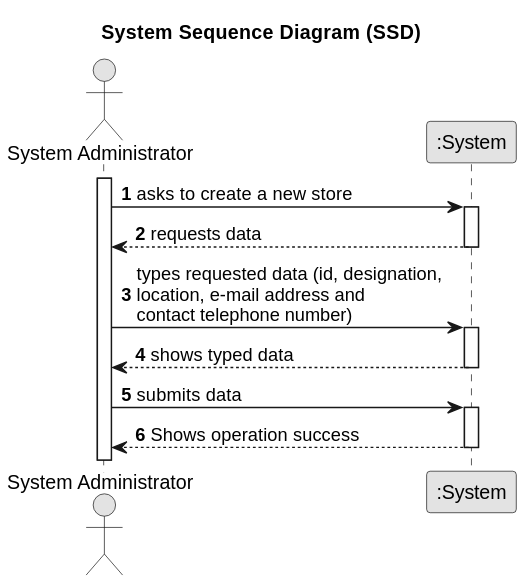
This is docs/Sprint-B/US005/01.requirements-engineering/svg/us005-system-sequence-diagram.svg from Rodrick0209/ISEP-LAPR2-22-23, a PlantUML export, as it was before one commit. The source it was exported from:
```plantuml
@startuml
skinparam monochrome true
skinparam packageStyle rectangle
skinparam shadowing false

title System Sequence Diagram (SSD)

autonumber

actor "System Administrator" as Administrator
participant ":System" as System


activate Administrator

    Administrator -> System : asks to create a new store
    activate System
        System --> Administrator : requests data
        deactivate System

    Administrator -> System : types requested data (id, designation, \nlocation, e-mail address and \ncontact telephone number)
    activate System
        System --> Administrator: shows typed data
        deactivate System

    Administrator -> System : submits data
    activate System
        System --> Administrator : Shows operation success
        deactivate System
@enduml
```
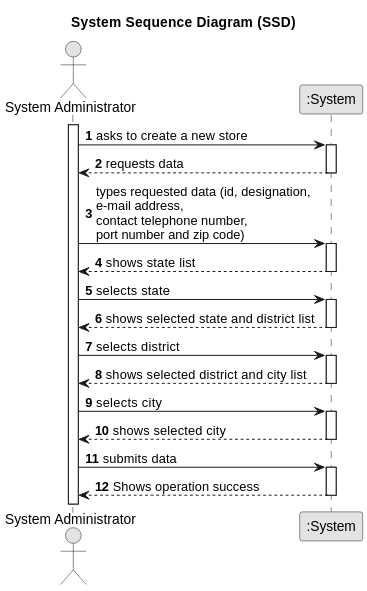
After the commit.

Change to the diagram source:
```diff
@@ -18,9 +18,24 @@
         System --> Administrator : requests data
         deactivate System
 
-    Administrator -> System : types requested data (id, designation, \nlocation, e-mail address and \ncontact telephone number)
+    Administrator -> System : types requested data (id, designation, \ne-mail address, \ncontact telephone number, \nport number and zip code)
     activate System
-        System --> Administrator: shows typed data
+        System --> Administrator: shows state list
+        deactivate System
+
+    Administrator -> System: selects state
+    activate System
+        System --> Administrator: shows selected state and district list
+        deactivate System
+
+    Administrator -> System: selects district
+    activate System
+        System --> Administrator: shows selected district and city list
+        deactivate System
+
+    Administrator -> System: selects city
+    activate System
+        System --> Administrator: shows selected city
         deactivate System
 
     Administrator -> System : submits data
```
